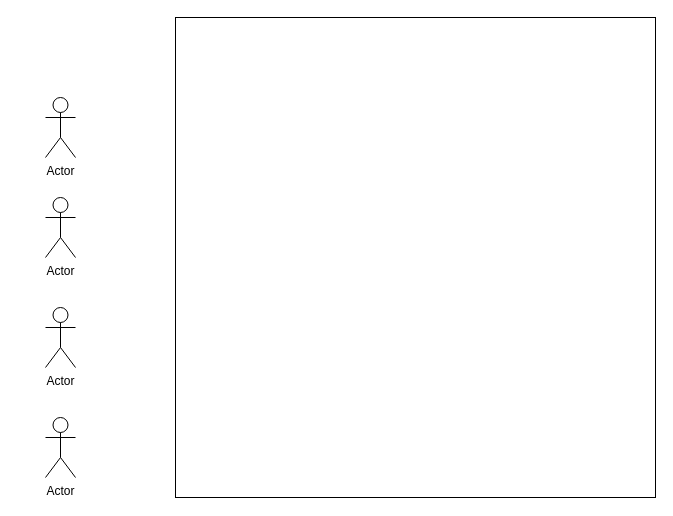
Earlier version of the draw.io diagram page "diagrammes de cas d'utilisateur" (2 of 2) of diagrammes-uml.drawio (ludon89/projet-gmae). Source tidied: cells renumbered, new cells numbered last; positions are measured from the earlier drawing's top-left corner, leaving out a move shared by most shapes. Both pictures are drawn from the tidied source at 100%, with x=0, y=0 at pixel (45, 17).
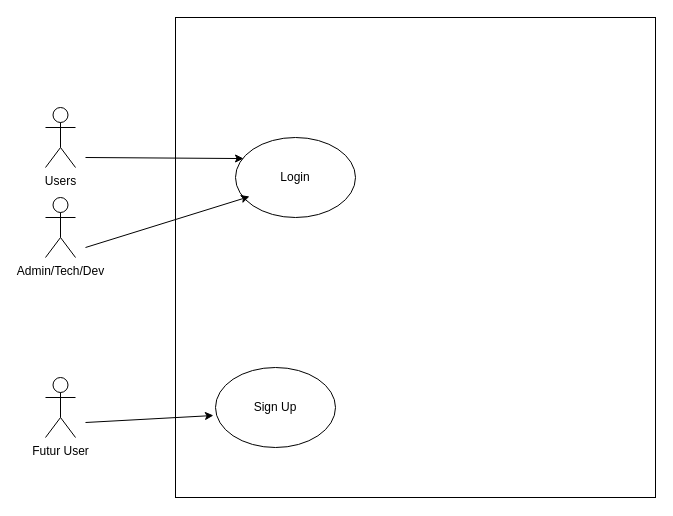
The same page after the edit.

What changed in the source:
```diff
@@
 <mxGraphModel>
   <root>
     <mxCell id="0" />
     <mxCell id="1" parent="0" />
     <mxCell id="2" style="whiteSpace=wrap;html=1;" parent="1" vertex="1">
       <mxGeometry x="130" width="480" height="480" as="geometry" />
     </mxCell>
-    <mxCell id="3" value="Actor" style="shape=umlActor;verticalLabelPosition=bottom;verticalAlign=top;html=1;" parent="1" vertex="1">
-      <mxGeometry y="80" width="30" height="60" as="geometry" />
+    <mxCell id="3" value="Users" style="shape=umlActor;verticalLabelPosition=bottom;verticalAlign=top;html=1;" parent="1" vertex="1">
+      <mxGeometry y="90" width="30" height="60" as="geometry" />
     </mxCell>
-    <mxCell id="4" value="Actor" style="shape=umlActor;verticalLabelPosition=bottom;verticalAlign=top;html=1;" parent="1" vertex="1">
-      <mxGeometry y="290" width="30" height="60" as="geometry" />
-    </mxCell>
-    <mxCell id="5" value="Actor" style="shape=umlActor;verticalLabelPosition=bottom;verticalAlign=top;html=1;" parent="1" vertex="1">
+    <mxCell id="5" value="Admin/Tech/Dev&lt;br&gt;" style="shape=umlActor;verticalLabelPosition=bottom;verticalAlign=top;html=1;" parent="1" vertex="1">
       <mxGeometry y="180" width="30" height="60" as="geometry" />
     </mxCell>
-    <mxCell id="6" value="Actor" style="shape=umlActor;verticalLabelPosition=bottom;verticalAlign=top;html=1;" parent="1" vertex="1">
-      <mxGeometry y="400" width="30" height="60" as="geometry" />
-    </mxCell>
+    <mxCell id="7" style="ellipse;whiteSpace=wrap;html=1;" parent="1" vertex="1">
+      <mxGeometry x="190" y="120" width="120" height="80" as="geometry" />
+    </mxCell>
+    <mxCell id="8" value="Login" style="text;html=1;strokeColor=none;fillColor=none;align=center;verticalAlign=middle;whiteSpace=wrap;rounded=0;" parent="1" vertex="1">
+      <mxGeometry x="220" y="145" width="60" height="30" as="geometry" />
+    </mxCell>
+    <mxCell id="9" value="Futur User&lt;br&gt;" style="shape=umlActor;verticalLabelPosition=bottom;verticalAlign=top;html=1;" parent="1" vertex="1">
+      <mxGeometry y="360" width="30" height="60" as="geometry" />
+    </mxCell>
+    <mxCell id="10" style="ellipse;whiteSpace=wrap;html=1;" parent="1" vertex="1">
+      <mxGeometry x="170" y="350" width="120" height="80" as="geometry" />
+    </mxCell>
+    <mxCell id="11" value="Sign Up" style="text;html=1;strokeColor=none;fillColor=none;align=center;verticalAlign=middle;whiteSpace=wrap;rounded=0;" parent="1" vertex="1">
+      <mxGeometry x="200" y="375" width="60" height="30" as="geometry" />
+    </mxCell>
+    <mxCell id="12" style="endArrow=classic;html=1;rounded=0;entryX=0.067;entryY=0.263;entryDx=0;entryDy=0;entryPerimeter=0;" parent="1" edge="1" target="7">
+      <mxGeometry relative="1" as="geometry">
+        <mxPoint x="40" y="140" as="sourcePoint" />
+      </mxGeometry>
+    </mxCell>
+    <mxCell id="13" style="endArrow=classic;html=1;rounded=0;entryX=0.117;entryY=0.738;entryDx=0;entryDy=0;entryPerimeter=0;" parent="1" edge="1" target="7">
+      <mxGeometry relative="1" as="geometry">
+        <mxPoint x="40" y="230" as="sourcePoint" />
+      </mxGeometry>
+    </mxCell>
+    <mxCell id="14" style="endArrow=classic;html=1;rounded=0;entryX=-0.017;entryY=0.6;entryDx=0;entryDy=0;entryPerimeter=0;" parent="1" edge="1" target="10">
+      <mxGeometry relative="1" as="geometry">
+        <mxPoint x="40" y="405" as="sourcePoint" />
+      </mxGeometry>
+    </mxCell>
   </root>
 </mxGraphModel>
```
